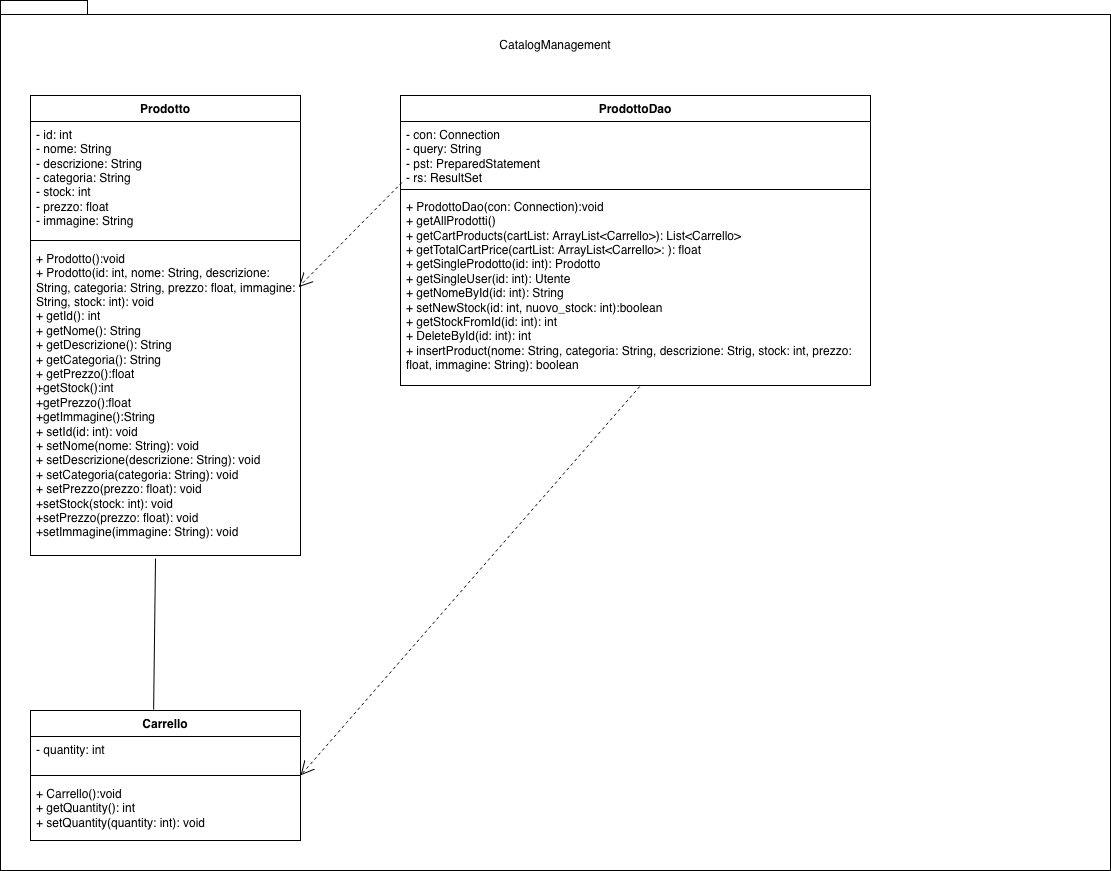
Before: Deliverables/Object Design Document Images/CatalogManagement.png, a diagram exported from draw.io (SigsUni/LaCantina). Source tidied: cells renumbered, new cells last; positions are measured from the earlier drawing's top-left corner, leaving out a move shared by most shapes.
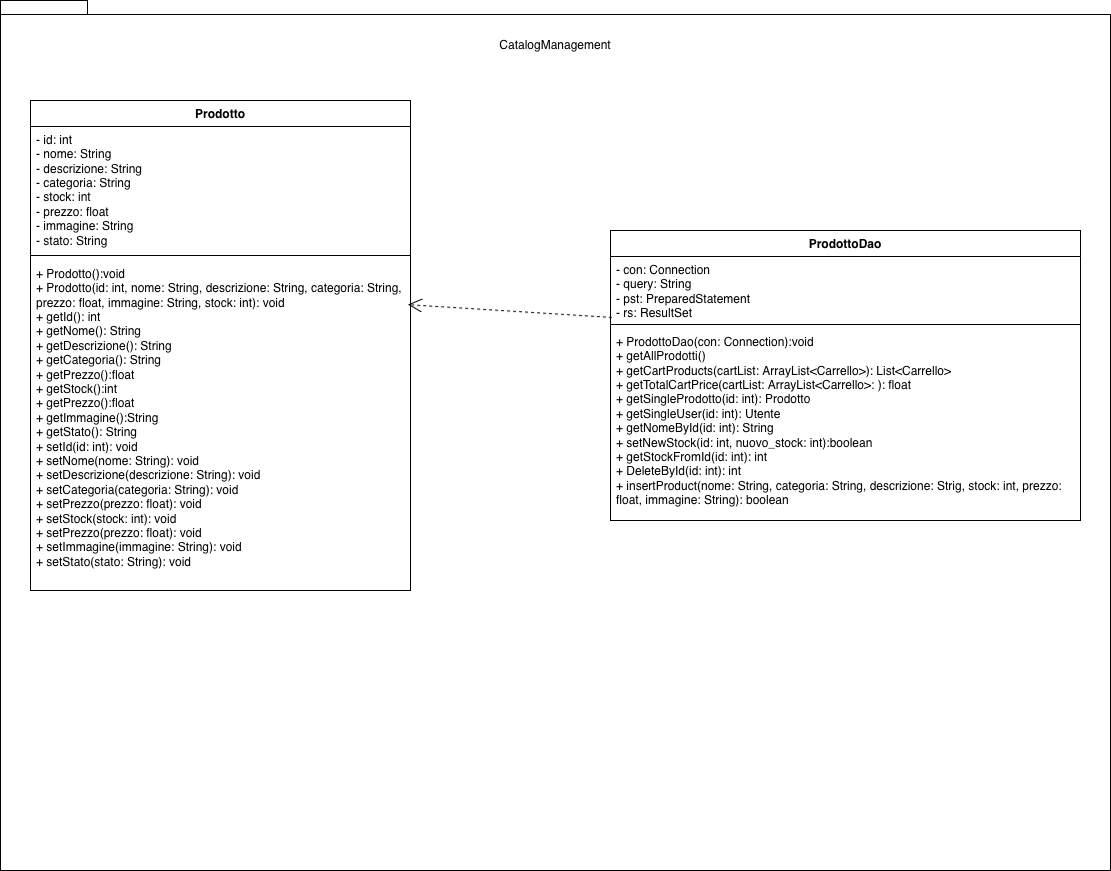
Above is the later version.

Diff of the diagram source:
```diff
@@ -9,19 +9,19 @@
       <mxGeometry x="525" y="30" width="60" height="30" as="geometry" />
     </mxCell>
     <mxCell id="4" value="Prodotto" style="swimlane;fontStyle=1;align=center;verticalAlign=top;horizontal=1;startSize=26;whiteSpace=wrap;html=1;" parent="1" vertex="1">
-      <mxGeometry x="30" y="95" width="270" height="460" as="geometry" />
+      <mxGeometry x="30" y="100" width="380" height="490" as="geometry" />
     </mxCell>
-    <mxCell id="5" value="&lt;div&gt;- id: int&lt;/div&gt;&lt;div&gt;- nome: String&lt;/div&gt;&lt;div&gt;- descrizione: String&lt;span style=&quot;white-space: pre;&quot;&gt;&#9;&lt;/span&gt;&lt;/div&gt;&lt;div&gt;&lt;span style=&quot;white-space: pre;&quot;&gt;- categoria: String&lt;/span&gt;&lt;/div&gt;&lt;div&gt;&lt;span style=&quot;white-space: pre;&quot;&gt;- stock: int&lt;/span&gt;&lt;/div&gt;&lt;div&gt;&lt;span style=&quot;white-space: pre;&quot;&gt;- prezzo: float&lt;/span&gt;&lt;/div&gt;&lt;div&gt;&lt;span style=&quot;white-space: pre;&quot;&gt;- immagine: String&lt;/span&gt;&lt;/div&gt;&lt;div&gt;&lt;span style=&quot;white-space: pre;&quot;&gt;&lt;br&gt;&lt;/span&gt;&lt;/div&gt;&lt;div&gt;&lt;span style=&quot;white-space: pre;&quot;&gt;&lt;br&gt;&lt;/span&gt;&lt;/div&gt;&lt;div&gt;&lt;span style=&quot;white-space: pre;&quot;&gt;&lt;br&gt;&lt;/span&gt;&lt;/div&gt;" style="text;strokeColor=none;fillColor=none;align=left;verticalAlign=top;spacingLeft=4;spacingRight=4;overflow=hidden;whiteSpace=wrap;html=1;" parent="4" vertex="1">
-      <mxGeometry y="26" width="270" height="114" as="geometry" />
+    <mxCell id="5" value="&lt;div&gt;- id: int&lt;/div&gt;&lt;div&gt;- nome: String&lt;/div&gt;&lt;div&gt;- descrizione: String&lt;span style=&quot;white-space: pre;&quot;&gt;&#9;&lt;/span&gt;&lt;/div&gt;&lt;div&gt;&lt;span style=&quot;white-space: pre;&quot;&gt;- categoria: String&lt;/span&gt;&lt;/div&gt;&lt;div&gt;&lt;span style=&quot;white-space: pre;&quot;&gt;- stock: int&lt;/span&gt;&lt;/div&gt;&lt;div&gt;&lt;span style=&quot;white-space: pre;&quot;&gt;- prezzo: float&lt;/span&gt;&lt;/div&gt;&lt;div&gt;&lt;span style=&quot;white-space: pre;&quot;&gt;- immagine: String&lt;/span&gt;&lt;/div&gt;&lt;div&gt;&lt;span style=&quot;white-space: pre;&quot;&gt;- stato: String&lt;/span&gt;&lt;/div&gt;&lt;div&gt;&lt;span style=&quot;white-space: pre;&quot;&gt;&lt;br&gt;&lt;/span&gt;&lt;/div&gt;&lt;div&gt;&lt;span style=&quot;white-space: pre;&quot;&gt;&lt;br&gt;&lt;/span&gt;&lt;/div&gt;&lt;div&gt;&lt;span style=&quot;white-space: pre;&quot;&gt;&lt;br&gt;&lt;/span&gt;&lt;/div&gt;" style="text;strokeColor=none;fillColor=none;align=left;verticalAlign=top;spacingLeft=4;spacingRight=4;overflow=hidden;whiteSpace=wrap;html=1;" parent="4" vertex="1">
+      <mxGeometry y="26" width="380" height="124" as="geometry" />
     </mxCell>
     <mxCell id="6" style="line;strokeWidth=1;fillColor=none;align=left;verticalAlign=middle;spacingTop=-1;spacingLeft=3;spacingRight=3;labelPosition=right;strokeColor=inherit;" parent="4" vertex="1">
-      <mxGeometry y="140" width="270" height="10" as="geometry" />
+      <mxGeometry y="150" width="380" height="10" as="geometry" />
     </mxCell>
-    <mxCell id="7" value="&lt;div&gt;+ Prodotto():void&lt;/div&gt;&lt;div&gt;+ Prodotto(id: int, nome: String, descrizione: String, categoria: String, prezzo: float, immagine: String, stock: int): void&lt;/div&gt;&lt;div&gt;+ getId(): int&lt;/div&gt;&lt;div&gt;+ getNome(): String&lt;/div&gt;&lt;div&gt;+ getDescrizione(): String&lt;/div&gt;&lt;div&gt;+ getCategoria(): String&lt;/div&gt;&lt;div&gt;+ getPrezzo():float&lt;/div&gt;&lt;div&gt;+getStock():int&lt;/div&gt;&lt;div&gt;+getPrezzo():float&lt;/div&gt;&lt;div&gt;+getImmagine():String&lt;/div&gt;&lt;div&gt;&lt;div&gt;&lt;/div&gt;&lt;div&gt;+ setId(id: int): void&lt;/div&gt;&lt;div&gt;+ setNome(nome: String): void&lt;/div&gt;&lt;div&gt;+ setDescrizione(descrizione: String): void&lt;/div&gt;&lt;div&gt;+ setCategoria(categoria: String): void&lt;/div&gt;&lt;div&gt;+ setPrezzo(prezzo: float): void&lt;/div&gt;&lt;div&gt;+setStock(stock: int): void&lt;/div&gt;&lt;div&gt;+setPrezzo(prezzo: float): void&lt;/div&gt;&lt;div&gt;+setImmagine(immagine: String): void&lt;/div&gt;&lt;br&gt;&lt;/div&gt;" style="text;strokeColor=none;fillColor=none;align=left;verticalAlign=top;spacingLeft=4;spacingRight=4;overflow=hidden;points=[[0,0.5],[1,0.5]];portConstraint=eastwest;whiteSpace=wrap;html=1;" parent="4" vertex="1">
-      <mxGeometry y="150" width="270" height="310" as="geometry" />
+    <mxCell id="7" value="&lt;div&gt;+ Prodotto():void&lt;/div&gt;&lt;div&gt;+ Prodotto(id: int, nome: String, descrizione: String, categoria: String, prezzo: float, immagine: String, stock: int): void&lt;/div&gt;&lt;div&gt;+ getId(): int&lt;/div&gt;&lt;div&gt;+ getNome(): String&lt;/div&gt;&lt;div&gt;+ getDescrizione(): String&lt;/div&gt;&lt;div&gt;+ getCategoria(): String&lt;/div&gt;&lt;div&gt;+ getPrezzo():float&lt;/div&gt;&lt;div&gt;+ getStock():int&lt;/div&gt;&lt;div&gt;+ getPrezzo():float&lt;/div&gt;&lt;div&gt;+ getImmagine():String&lt;/div&gt;&lt;div&gt;+ getStato(): String&lt;/div&gt;&lt;div&gt;&lt;div&gt;&lt;/div&gt;&lt;div&gt;+ setId(id: int): void&lt;/div&gt;&lt;div&gt;+ setNome(nome: String): void&lt;/div&gt;&lt;div&gt;+ setDescrizione(descrizione: String): void&lt;/div&gt;&lt;div&gt;+ setCategoria(categoria: String): void&lt;/div&gt;&lt;div&gt;+ setPrezzo(prezzo: float): void&lt;/div&gt;&lt;div&gt;+ setStock(stock: int): void&lt;/div&gt;&lt;div&gt;+ setPrezzo(prezzo: float): void&lt;/div&gt;&lt;div&gt;+ setImmagine(immagine: String): void&lt;/div&gt;&lt;div&gt;+ setStato(stato: String): void&lt;/div&gt;&lt;br&gt;&lt;/div&gt;" style="text;strokeColor=none;fillColor=none;align=left;verticalAlign=top;spacingLeft=4;spacingRight=4;overflow=hidden;points=[[0,0.5],[1,0.5]];portConstraint=eastwest;whiteSpace=wrap;html=1;" parent="4" vertex="1">
+      <mxGeometry y="160" width="380" height="330" as="geometry" />
     </mxCell>
     <mxCell id="8" value="ProdottoDao" style="swimlane;fontStyle=1;align=center;verticalAlign=top;horizontal=1;startSize=26;whiteSpace=wrap;html=1;" parent="1" vertex="1">
-      <mxGeometry x="400" y="95" width="470" height="290" as="geometry" />
+      <mxGeometry x="610" y="230" width="470" height="290" as="geometry" />
     </mxCell>
     <mxCell id="9" value="&lt;div&gt;- con: Connection&lt;/div&gt;&lt;div&gt;- query: String&lt;/div&gt;&lt;div&gt;- pst: PreparedStatement&lt;span style=&quot;white-space: pre;&quot;&gt;&#9;&lt;/span&gt;&lt;/div&gt;&lt;div&gt;&lt;span style=&quot;white-space: pre;&quot;&gt;- rs: ResultSet&lt;/span&gt;&lt;/div&gt;&lt;div&gt;&lt;span style=&quot;white-space: pre;&quot;&gt;&lt;br&gt;&lt;/span&gt;&lt;/div&gt;" style="text;strokeColor=none;fillColor=none;align=left;verticalAlign=top;spacingLeft=4;spacingRight=4;overflow=hidden;points=[[0,0.5],[1,0.5]];portConstraint=eastwest;whiteSpace=wrap;html=1;" parent="8" vertex="1">
       <mxGeometry y="26" width="470" height="64" as="geometry" />
@@ -35,23 +35,5 @@
     <mxCell id="12" style="endArrow=open;endSize=12;dashed=1;html=1;rounded=0;exitX=0.003;exitY=0.953;exitDx=0;exitDy=0;exitPerimeter=0;entryX=0.993;entryY=0.134;entryDx=0;entryDy=0;entryPerimeter=0;" parent="1" edge="1" source="9" target="7">
       <mxGeometry relative="1" as="geometry" />
     </mxCell>
-    <mxCell id="13" value="Carrello" style="swimlane;fontStyle=1;align=center;verticalAlign=top;horizontal=1;startSize=26;whiteSpace=wrap;html=1;" parent="1" vertex="1">
-      <mxGeometry x="30" y="710" width="270" height="130" as="geometry" />
-    </mxCell>
-    <mxCell id="14" value="&lt;div&gt;- quantity: int&lt;/div&gt;&lt;div&gt;&lt;span style=&quot;white-space: pre;&quot;&gt;&lt;br&gt;&lt;/span&gt;&lt;/div&gt;" style="text;strokeColor=none;fillColor=none;align=left;verticalAlign=top;spacingLeft=4;spacingRight=4;overflow=hidden;whiteSpace=wrap;html=1;" parent="13" vertex="1">
-      <mxGeometry y="26" width="270" height="34" as="geometry" />
-    </mxCell>
-    <mxCell id="15" style="line;strokeWidth=1;fillColor=none;align=left;verticalAlign=middle;spacingTop=-1;spacingLeft=3;spacingRight=3;labelPosition=right;strokeColor=inherit;" parent="13" vertex="1">
-      <mxGeometry y="60" width="270" height="10" as="geometry" />
-    </mxCell>
-    <mxCell id="16" value="&lt;div&gt;+ Carrello():void&lt;/div&gt;&lt;div&gt;+ getQuantity(): int&amp;nbsp;&lt;/div&gt;&lt;div&gt;+ setQuantity(quantity: int): void&lt;/div&gt;" style="text;strokeColor=none;fillColor=none;align=left;verticalAlign=top;spacingLeft=4;spacingRight=4;overflow=hidden;whiteSpace=wrap;html=1;" parent="13" vertex="1">
-      <mxGeometry y="70" width="270" height="60" as="geometry" />
-    </mxCell>
-    <mxCell id="17" style="endArrow=none;html=1;rounded=0;entryX=0.463;entryY=1.01;entryDx=0;entryDy=0;entryPerimeter=0;exitX=0.456;exitY=-0.008;exitDx=0;exitDy=0;exitPerimeter=0;" parent="1" edge="1" source="13" target="7">
-      <mxGeometry relative="1" as="geometry" />
-    </mxCell>
-    <mxCell id="18" style="endArrow=open;endSize=12;dashed=1;html=1;rounded=0;exitX=0.509;exitY=1.005;exitDx=0;exitDy=0;exitPerimeter=0;entryX=1;entryY=0.5;entryDx=0;entryDy=0;" parent="1" edge="1" source="11" target="13">
-      <mxGeometry relative="1" as="geometry" />
-    </mxCell>
   </root>
 </mxGraphModel>
```
